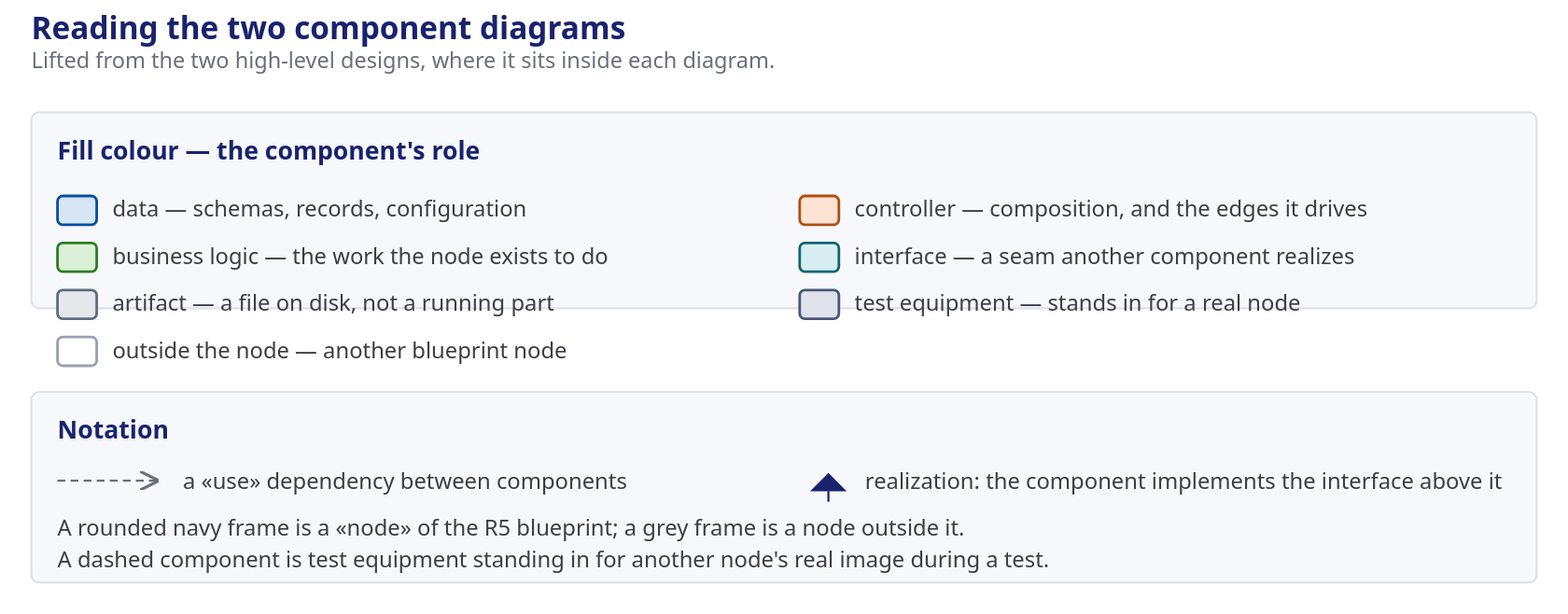
Above: presentation/assets/phase1-des-arch-legend.svg in mnpham2101/FPT-Hackathon2026 (draw.io), before the change. Source tidied: cells renumbered, new cells last; positions are measured from the earlier drawing's top-left corner, leaving out a move shared by most shapes. Source of this version:
```xml
<mxGraphModel>
  <root>
    <mxCell id="0" />
    <mxCell id="1" parent="0" />
    <mxCell id="2" value="Reading the two component diagrams" style="text;html=1;align=left;verticalAlign=middle;fontSize=23.8;fontColor=#19226D;fontStyle=1;" parent="1" vertex="1">
      <mxGeometry width="1152" height="20" as="geometry" />
    </mxCell>
    <mxCell id="3" value="Lifted from the two high-level designs, where it sits inside each diagram." style="text;html=1;align=left;verticalAlign=middle;fontSize=16.8;fontColor=#6b6e7b;fontStyle=0;" parent="1" vertex="1">
      <mxGeometry y="22" width="1152" height="20" as="geometry" />
    </mxCell>
    <mxCell id="4" style="rounded=1;arcSize=4;html=1;fillColor=#f7f8fb;strokeColor=#dfe2ea;strokeWidth=1.6;" parent="1" vertex="1">
      <mxGeometry y="66" width="1152" height="150" as="geometry" />
    </mxCell>
    <mxCell id="5" value="Fill colour — the component's role" style="text;html=1;align=left;verticalAlign=middle;fontSize=19;fontColor=#19226D;fontStyle=1;" parent="1" vertex="1">
      <mxGeometry x="20" y="84" width="600" height="24" as="geometry" />
    </mxCell>
    <mxCell id="6" style="rounded=1;arcSize=20;html=1;fillColor=#d8e5f4;strokeColor=#034EA2;strokeWidth=2;" parent="1" vertex="1">
      <mxGeometry x="20" y="130" width="30" height="22" as="geometry" />
    </mxCell>
    <mxCell id="7" value="data — schemas, records, configuration" style="text;html=1;align=left;verticalAlign=middle;fontSize=17;fontColor=#3d3d46;" parent="1" vertex="1">
      <mxGeometry x="62" y="130" width="480" height="22" as="geometry" />
    </mxCell>
    <mxCell id="8" style="rounded=1;arcSize=20;html=1;fillColor=#dbf1d7;strokeColor=#2E7D26;strokeWidth=2;" parent="1" vertex="1">
      <mxGeometry x="20" y="166" width="30" height="22" as="geometry" />
    </mxCell>
    <mxCell id="9" value="business logic — the work the node exists to do" style="text;html=1;align=left;verticalAlign=middle;fontSize=17;fontColor=#3d3d46;" parent="1" vertex="1">
      <mxGeometry x="62" y="166" width="480" height="22" as="geometry" />
    </mxCell>
    <mxCell id="10" style="rounded=1;arcSize=20;html=1;fillColor=#fde3d3;strokeColor=#B04E10;strokeWidth=2;" parent="1" vertex="1">
      <mxGeometry x="588" y="130" width="30" height="22" as="geometry" />
    </mxCell>
    <mxCell id="11" value="controller — composition, and the edges it drives" style="text;html=1;align=left;verticalAlign=middle;fontSize=17;fontColor=#3d3d46;" parent="1" vertex="1">
      <mxGeometry x="630" y="130" width="500" height="22" as="geometry" />
    </mxCell>
    <mxCell id="12" style="rounded=1;arcSize=20;html=1;fillColor=#d7eff3;strokeColor=#136472;strokeWidth=2;" parent="1" vertex="1">
      <mxGeometry x="588" y="166" width="30" height="22" as="geometry" />
    </mxCell>
    <mxCell id="13" value="interface — a seam another component realizes" style="text;html=1;align=left;verticalAlign=middle;fontSize=17;fontColor=#3d3d46;" parent="1" vertex="1">
      <mxGeometry x="630" y="166" width="500" height="22" as="geometry" />
    </mxCell>
    <mxCell id="14" style="rounded=1;arcSize=20;html=1;fillColor=#e6e8ee;strokeColor=#5F6B7F;strokeWidth=2;" parent="1" vertex="1">
      <mxGeometry x="20" y="202" width="30" height="22" as="geometry" />
    </mxCell>
    <mxCell id="15" value="artifact — a file on disk, not a running part" style="text;html=1;align=left;verticalAlign=middle;fontSize=17;fontColor=#3d3d46;" parent="1" vertex="1">
      <mxGeometry x="62" y="202" width="480" height="22" as="geometry" />
    </mxCell>
    <mxCell id="16" style="rounded=1;arcSize=20;html=1;fillColor=#e0e3ec;strokeColor=#4A5578;strokeWidth=2;" parent="1" vertex="1">
      <mxGeometry x="588" y="202" width="30" height="22" as="geometry" />
    </mxCell>
    <mxCell id="17" value="test equipment — stands in for a real node" style="text;html=1;align=left;verticalAlign=middle;fontSize=17;fontColor=#3d3d46;" parent="1" vertex="1">
      <mxGeometry x="630" y="202" width="500" height="22" as="geometry" />
    </mxCell>
    <mxCell id="18" style="rounded=1;arcSize=20;html=1;fillColor=#ffffff;strokeColor=#98a0b0;strokeWidth=2;" parent="1" vertex="1">
      <mxGeometry x="20" y="238" width="30" height="22" as="geometry" />
    </mxCell>
    <mxCell id="19" value="outside the node — another blueprint node" style="text;html=1;align=left;verticalAlign=middle;fontSize=17;fontColor=#3d3d46;" parent="1" vertex="1">
      <mxGeometry x="62" y="238" width="480" height="22" as="geometry" />
    </mxCell>
    <mxCell id="20" style="rounded=1;arcSize=4;html=1;fillColor=#f7f8fb;strokeColor=#dfe2ea;strokeWidth=1.6;" parent="1" vertex="1">
      <mxGeometry y="280" width="1152" height="146" as="geometry" />
    </mxCell>
    <mxCell id="21" value="Notation" style="text;html=1;align=left;verticalAlign=middle;fontSize=19;fontColor=#19226D;fontStyle=1;" parent="1" vertex="1">
      <mxGeometry x="20" y="298" width="600" height="24" as="geometry" />
    </mxCell>
    <mxCell id="22" value="Dashed open arrow — a «use» dependency between components." style="text;html=1;align=left;verticalAlign=middle;fontSize=17;fontColor=#3d3d46;" parent="1" vertex="1">
      <mxGeometry x="20" y="338" width="560" height="22" as="geometry" />
    </mxCell>
    <mxCell id="23" value="Solid triangle — realization: the component implements the interface above it." style="text;html=1;align=left;verticalAlign=middle;fontSize=17;fontColor=#3d3d46;" parent="1" vertex="1">
      <mxGeometry x="596" y="338" width="560" height="22" as="geometry" />
    </mxCell>
    <mxCell id="24" value="A rounded navy frame is a «node» of the R5 blueprint; a grey frame is a node outside it." style="text;html=1;align=left;verticalAlign=middle;fontSize=17;fontColor=#3d3d46;" parent="1" vertex="1">
      <mxGeometry x="20" y="374" width="1120" height="22" as="geometry" />
    </mxCell>
    <mxCell id="25" value="A dashed component is test equipment standing in for another node's real image during a test." style="text;html=1;align=left;verticalAlign=middle;fontSize=17;fontColor=#3d3d46;" parent="1" vertex="1">
      <mxGeometry x="20" y="398" width="1120" height="22" as="geometry" />
    </mxCell>
  </root>
</mxGraphModel>
```
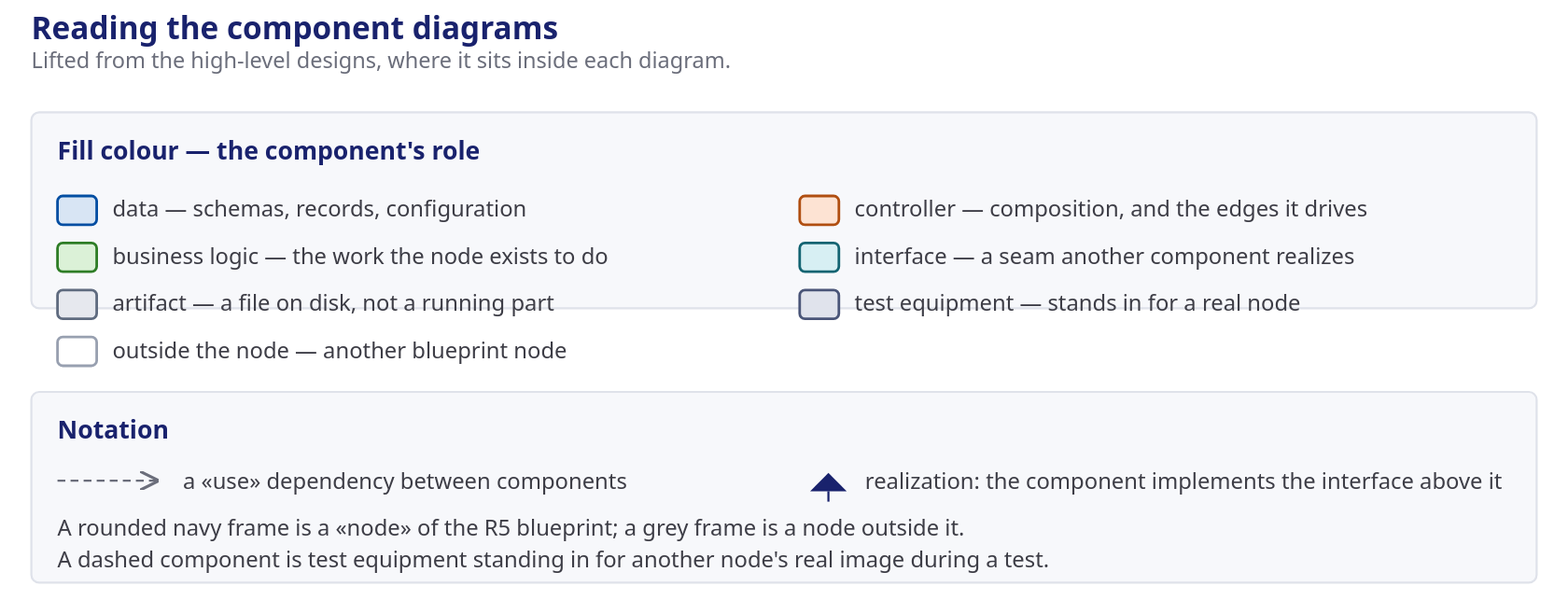
After the change.

Commit message:
docs: correct the legend asset wording and its swatch count

Change to the diagram source:
```diff
@@ -2,10 +2,10 @@
   <root>
     <mxCell id="0" />
     <mxCell id="1" parent="0" />
-    <mxCell id="2" value="Reading the two component diagrams" style="text;html=1;align=left;verticalAlign=middle;fontSize=23.8;fontColor=#19226D;fontStyle=1;" parent="1" vertex="1">
+    <mxCell id="2" value="Reading the component diagrams" style="text;html=1;align=left;verticalAlign=middle;fontSize=23.8;fontColor=#19226D;fontStyle=1;" parent="1" vertex="1">
       <mxGeometry width="1152" height="20" as="geometry" />
     </mxCell>
-    <mxCell id="3" value="Lifted from the two high-level designs, where it sits inside each diagram." style="text;html=1;align=left;verticalAlign=middle;fontSize=16.8;fontColor=#6b6e7b;fontStyle=0;" parent="1" vertex="1">
+    <mxCell id="3" value="Lifted from the high-level designs, where it sits inside each diagram." style="text;html=1;align=left;verticalAlign=middle;fontSize=16.8;fontColor=#6b6e7b;fontStyle=0;" parent="1" vertex="1">
       <mxGeometry y="22" width="1152" height="20" as="geometry" />
     </mxCell>
     <mxCell id="4" style="rounded=1;arcSize=4;html=1;fillColor=#f7f8fb;strokeColor=#dfe2ea;strokeWidth=1.6;" parent="1" vertex="1">
```
